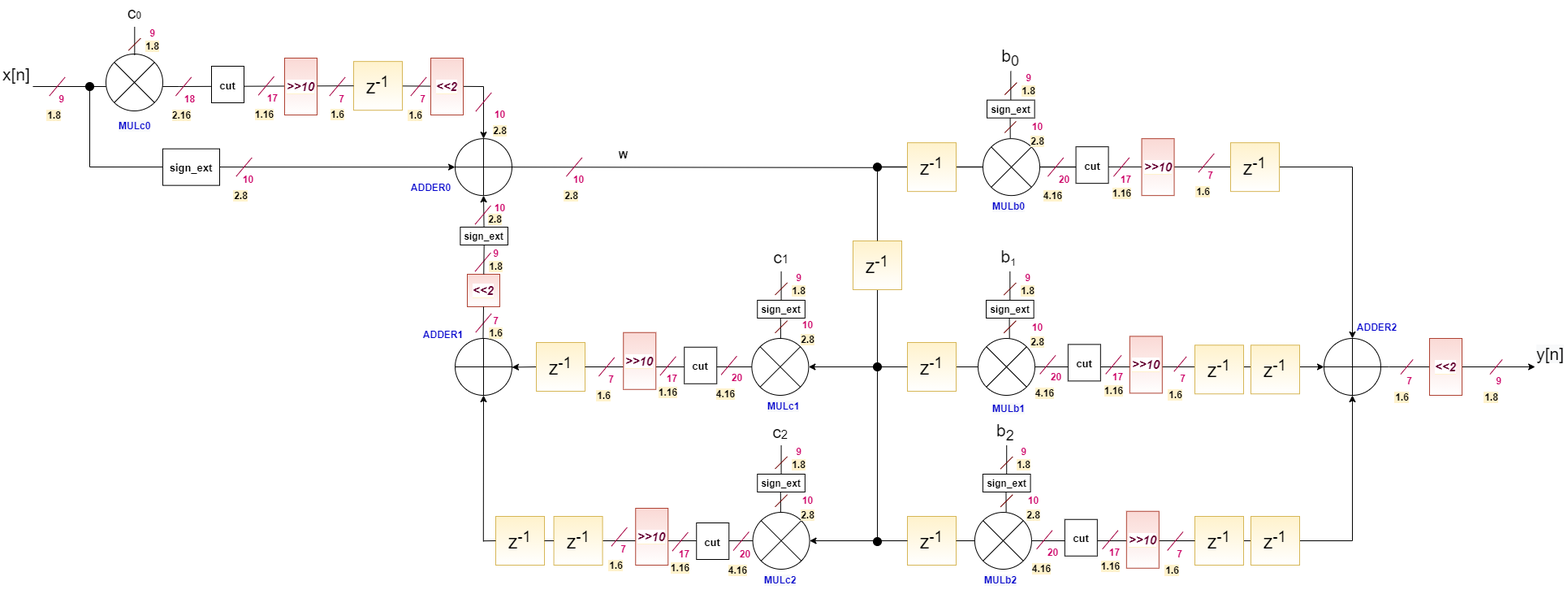
The draw.io diagram drawio_wavedrom_files_innovus/optimized_version/IIR_pipelining.png in francescobabbaro/ISA_LAB1, before a commit. Source tidied: cells renumbered, new cells last; positions are measured from the earlier drawing's top-left corner, leaving out a move shared by most shapes.
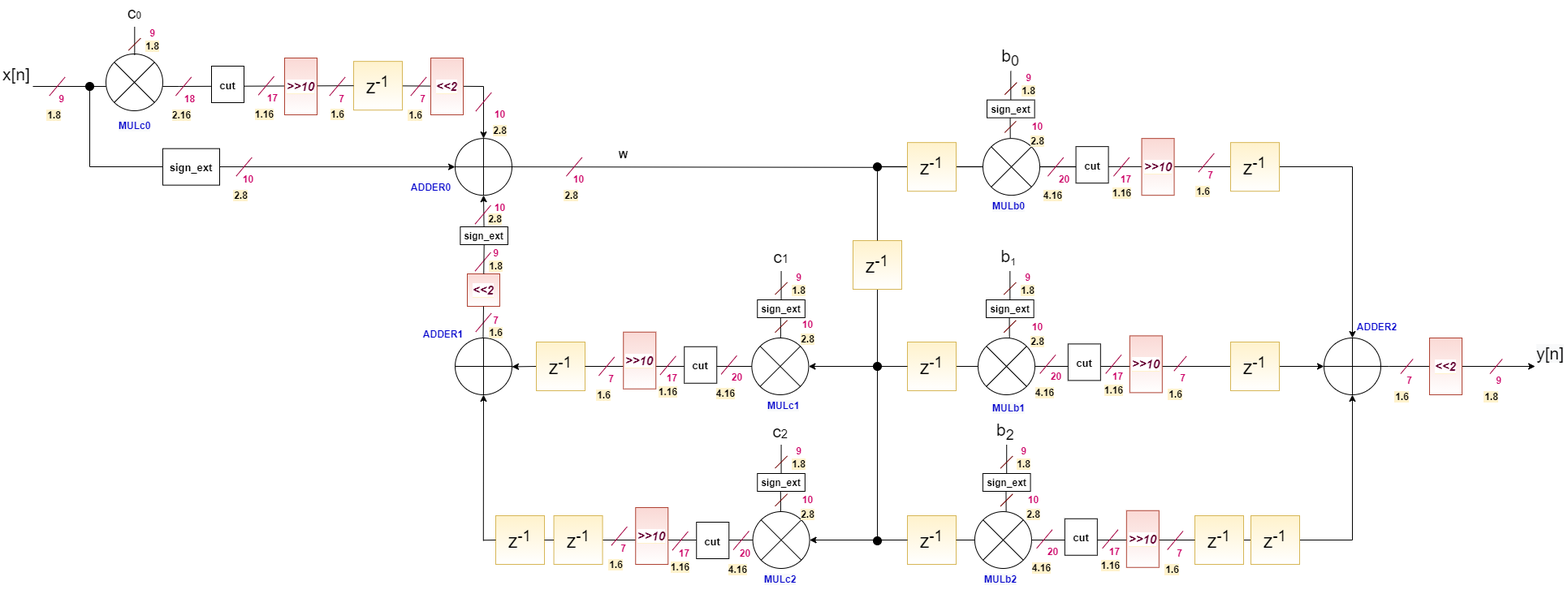
The same file after the commit.

Commit message:
Update schematics optimized version

Diff of the diagram source:
```diff
@@ -171,11 +171,8 @@
       <mxGeometry relative="1" as="geometry" />
     </mxCell>
     <mxCell id="45" value="&lt;font style=&quot;font-size: 23px&quot;&gt;z&lt;sup&gt;-1&lt;/sup&gt;&lt;/font&gt;" style="whiteSpace=wrap;html=1;fillColor=#fff2cc;strokeColor=#d6b656;gradientColor=#ffffff;" parent="1" vertex="1">
-      <mxGeometry x="1471" y="424.2" width="60" height="60" as="geometry" />
+      <mxGeometry x="1515" y="421" width="60" height="60" as="geometry" />
     </mxCell>
-    <mxCell id="46" value="&lt;font style=&quot;font-size: 23px&quot;&gt;z&lt;sup&gt;-1&lt;/sup&gt;&lt;/font&gt;" style="whiteSpace=wrap;html=1;fillColor=#fff2cc;strokeColor=#d6b656;gradientColor=#ffffff;" parent="1" vertex="1">
-      <mxGeometry x="1540" y="424.2" width="60" height="60" as="geometry" />
-    </mxCell>
     <mxCell id="47" value="&lt;font style=&quot;font-size: 23px&quot;&gt;z&lt;sup&gt;-1&lt;/sup&gt;&lt;/font&gt;" style="whiteSpace=wrap;html=1;fillColor=#fff2cc;strokeColor=#d6b656;gradientColor=#ffffff;" parent="1" vertex="1">
       <mxGeometry x="1515" y="175.2" width="60" height="60" as="geometry" />
     </mxCell>
```
